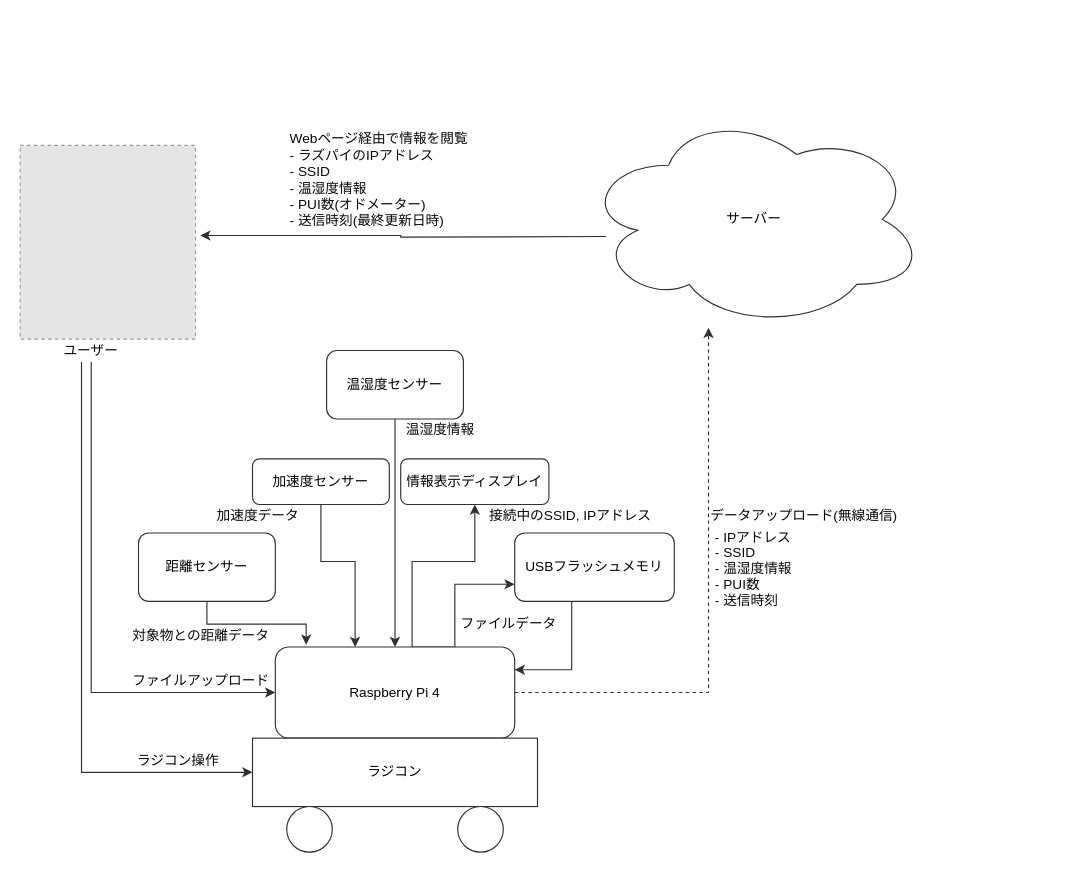
Before: 概略図.drawio in PUIPUI-Ore-Car/kumikomi, a draw.io diagram. Source tidied: cells renumbered, new cells numbered last; positions are measured from the earlier drawing's top-left corner, leaving out a move shared by most shapes. Both pictures are drawn from the tidied source at 114%, with x=0, y=0 at pixel (19, 111). Pictures stored in the file or linked from it are replaced by grey dashed boxes.
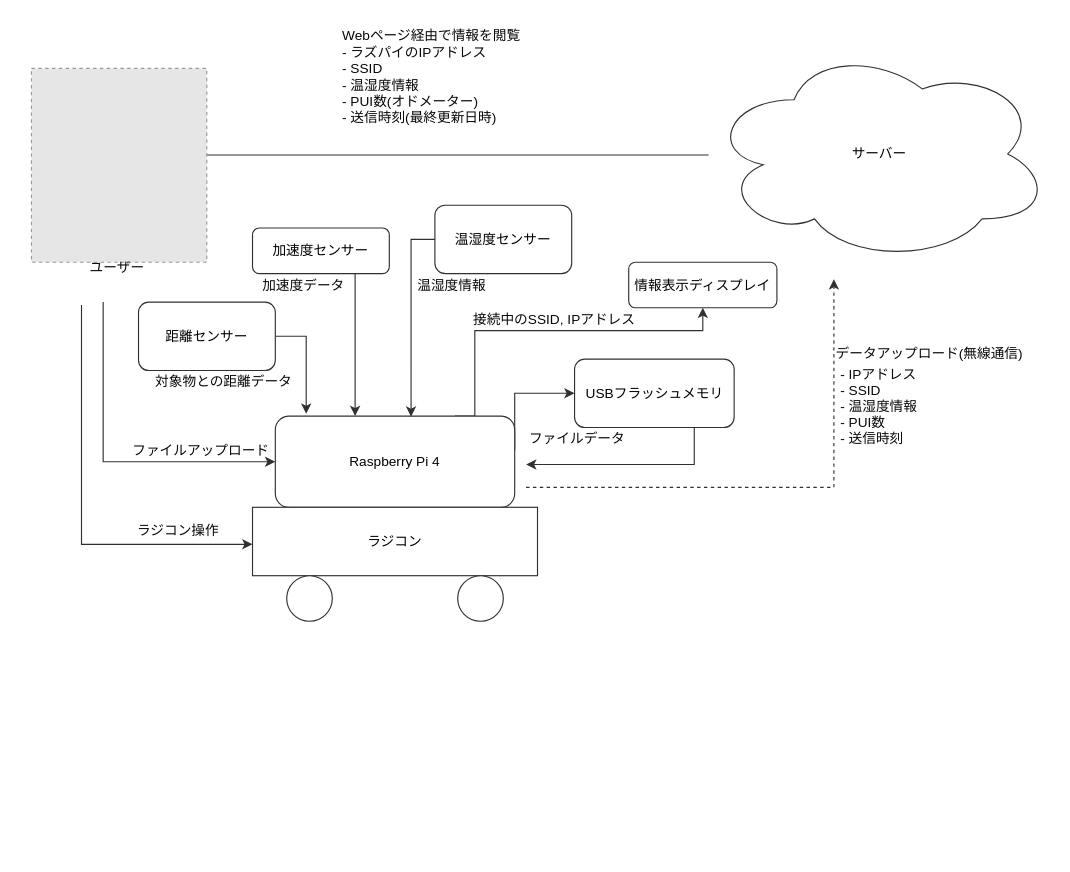
The same diagram, later.

Change to the diagram source:
```diff
@@
     <mxCell id="2" style="edgeStyle=orthogonalEdgeStyle;rounded=0;jettySize=auto;html=1;exitX=0.75;exitY=0;exitDx=0;exitDy=0;entryX=0.5;entryY=1;entryDx=0;entryDy=0;strokeColor=#303030;" parent="1" edge="1" source="5" target="13">
       <mxGeometry relative="1" as="geometry">
         <Array as="points">
-          <mxPoint x="344" y="470" />
-          <mxPoint x="344" y="395" />
-          <mxPoint x="399" y="395" />
+          <mxPoint x="399" y="267.5" />
+          <mxPoint x="399" y="192.5" />
         </Array>
       </mxGeometry>
     </mxCell>
-    <mxCell id="3" style="edgeStyle=orthogonalEdgeStyle;rounded=0;jettySize=auto;html=1;exitX=0.75;exitY=0;exitDx=0;exitDy=0;entryX=0;entryY=0.75;entryDx=0;entryDy=0;strokeColor=#303030;" parent="1" edge="1" source="5" target="15">
-      <mxGeometry relative="1" as="geometry" />
+    <mxCell id="3" style="edgeStyle=orthogonalEdgeStyle;rounded=0;jettySize=auto;html=1;exitX=0.75;exitY=0;exitDx=0;exitDy=0;entryX=0;entryY=0.5;entryDx=0;entryDy=0;strokeColor=#303030;" parent="1" edge="1" target="15">
+      <mxGeometry relative="1" as="geometry">
+        <mxPoint x="434" y="297.5" as="sourcePoint" />
+        <Array as="points">
+          <mxPoint x="434" y="248" />
+        </Array>
+      </mxGeometry>
     </mxCell>
-    <mxCell id="4" style="edgeStyle=orthogonalEdgeStyle;rounded=0;jettySize=auto;html=1;exitX=1;exitY=0.5;exitDx=0;exitDy=0;dashed=1;strokeColor=#303030;" parent="1" edge="1" source="5">
+    <mxCell id="4" style="edgeStyle=orthogonalEdgeStyle;rounded=0;orthogonalLoop=1;jettySize=auto;html=1;dashed=1;strokeColor=#303030;" parent="1" edge="1">
       <mxGeometry relative="1" as="geometry">
-        <mxPoint x="604" y="190" as="targetPoint" />
+        <mxPoint x="444" y="330" as="sourcePoint" />
+        <mxPoint x="714" y="147.5" as="targetPoint" />
         <Array as="points">
-          <mxPoint x="604" y="510" />
+          <mxPoint x="714" y="330" />
         </Array>
       </mxGeometry>
     </mxCell>
     <mxCell id="5" value="Raspberry Pi 4" style="rounded=1;whiteSpace=wrap;html=1;strokeColor=#303030;" parent="1" vertex="1">
-      <mxGeometry x="224" y="470" width="210" height="80" as="geometry" />
+      <mxGeometry x="224" y="267.5" width="210" height="80" as="geometry" />
     </mxCell>
     <mxCell id="6" value="ラジコン" style="rounded=0;whiteSpace=wrap;html=1;strokeColor=#303030;" parent="1" vertex="1">
-      <mxGeometry x="204" y="550" width="250" height="60" as="geometry" />
+      <mxGeometry x="204" y="347.5" width="250" height="60" as="geometry" />
     </mxCell>
     <mxCell id="7" style="ellipse;whiteSpace=wrap;html=1;strokeColor=#303030;" parent="1" vertex="1">
-      <mxGeometry x="234" y="610" width="40" height="40" as="geometry" />
+      <mxGeometry x="234" y="407.5" width="40" height="40" as="geometry" />
     </mxCell>
     <mxCell id="8" style="ellipse;whiteSpace=wrap;html=1;strokeColor=#303030;" parent="1" vertex="1">
-      <mxGeometry x="384" y="610" width="40" height="40" as="geometry" />
+      <mxGeometry x="384" y="407.5" width="40" height="40" as="geometry" />
     </mxCell>
-    <mxCell id="9" style="edgeStyle=orthogonalEdgeStyle;rounded=0;jettySize=auto;html=1;exitX=0.5;exitY=1;exitDx=0;exitDy=0;entryX=0.129;entryY=-0.025;entryDx=0;entryDy=0;entryPerimeter=0;strokeColor=#303030;" parent="1" edge="1" source="10" target="5">
-      <mxGeometry relative="1" as="geometry" />
+    <mxCell id="9" style="edgeStyle=orthogonalEdgeStyle;rounded=0;jettySize=auto;html=1;exitX=1;exitY=0.5;exitDx=0;exitDy=0;entryX=0.129;entryY=-0.025;entryDx=0;entryDy=0;entryPerimeter=0;strokeColor=#303030;" parent="1" edge="1" source="10" target="5">
+      <mxGeometry relative="1" as="geometry">
+        <Array as="points">
+          <mxPoint x="251" y="198" />
+        </Array>
+      </mxGeometry>
     </mxCell>
     <mxCell id="10" value="距離センサー" style="rounded=1;whiteSpace=wrap;html=1;strokeColor=#303030;" parent="1" vertex="1">
-      <mxGeometry x="104" y="370" width="120" height="60" as="geometry" />
+      <mxGeometry x="104" y="167.5" width="120" height="60" as="geometry" />
     </mxCell>
     <mxCell id="11" style="edgeStyle=orthogonalEdgeStyle;rounded=0;jettySize=auto;html=1;strokeColor=#303030;" parent="1" edge="1" source="12">
       <mxGeometry relative="1" as="geometry">
-        <mxPoint x="294" y="470" as="targetPoint" />
+        <mxPoint x="294" y="267.5" as="targetPoint" />
         <Array as="points">
-          <mxPoint x="264" y="395" />
-          <mxPoint x="294" y="395" />
-          <mxPoint x="294" y="470" />
+          <mxPoint x="294" y="170" />
+          <mxPoint x="294" y="170" />
         </Array>
       </mxGeometry>
     </mxCell>
     <mxCell id="12" value="加速度センサー" style="rounded=1;whiteSpace=wrap;html=1;strokeColor=#303030;" parent="1" vertex="1">
-      <mxGeometry x="204" y="305" width="120" height="40" as="geometry" />
+      <mxGeometry x="204" y="102.5" width="120" height="40" as="geometry" />
     </mxCell>
     <mxCell id="13" value="情報表示ディスプレイ" style="rounded=1;whiteSpace=wrap;html=1;strokeColor=#303030;" parent="1" vertex="1">
-      <mxGeometry x="334" y="305" width="130" height="40" as="geometry" />
+      <mxGeometry x="534" y="132.5" width="130" height="40" as="geometry" />
     </mxCell>
-    <mxCell id="14" style="edgeStyle=orthogonalEdgeStyle;rounded=0;jettySize=auto;html=1;exitX=0.25;exitY=1;exitDx=0;exitDy=0;entryX=1;entryY=0.25;entryDx=0;entryDy=0;strokeColor=#303030;" parent="1" edge="1" source="15" target="5">
+    <mxCell id="14" style="edgeStyle=orthogonalEdgeStyle;rounded=0;jettySize=auto;html=1;exitX=0.75;exitY=1;exitDx=0;exitDy=0;strokeColor=#303030;" parent="1" edge="1" source="15">
       <mxGeometry relative="1" as="geometry">
+        <mxPoint x="444" y="310" as="targetPoint" />
         <Array as="points">
-          <mxPoint x="484" y="430" />
-          <mxPoint x="484" y="490" />
+          <mxPoint x="592" y="310" />
+          <mxPoint x="444" y="310" />
         </Array>
       </mxGeometry>
     </mxCell>
     <mxCell id="15" value="USBフラッシュメモリ" style="rounded=1;whiteSpace=wrap;html=1;strokeColor=#303030;" parent="1" vertex="1">
-      <mxGeometry x="434" y="370" width="140" height="60" as="geometry" />
+      <mxGeometry x="486.5" y="217.5" width="140" height="60" as="geometry" />
     </mxCell>
     <mxCell id="16" value="対象物との距離データ" style="text;html=1;fillColor=none;align=center;verticalAlign=middle;whiteSpace=wrap;rounded=0;fontColor=#080808;" parent="1" vertex="1">
-      <mxGeometry x="94" y="450" width="130" height="20" as="geometry" />
+      <mxGeometry x="114" y="227.5" width="130" height="20" as="geometry" />
     </mxCell>
     <mxCell id="17" value="加速度データ" style="text;html=1;fillColor=none;align=center;verticalAlign=middle;whiteSpace=wrap;rounded=0;fontColor=#080808;" parent="1" vertex="1">
-      <mxGeometry x="154" y="345" width="110" height="20" as="geometry" />
+      <mxGeometry x="194" y="142.5" width="110" height="20" as="geometry" />
     </mxCell>
     <mxCell id="18" value="ファイルデータ" style="text;html=1;fillColor=none;align=center;verticalAlign=middle;whiteSpace=wrap;rounded=0;fontColor=#080808;" parent="1" vertex="1">
-      <mxGeometry x="384" y="440" width="90" height="20" as="geometry" />
+      <mxGeometry x="444" y="277.5" width="90" height="20" as="geometry" />
     </mxCell>
     <mxCell id="19" value="接続中のSSID, IPアドレス" style="text;html=1;fillColor=none;align=center;verticalAlign=middle;whiteSpace=wrap;rounded=0;fontColor=#080808;" parent="1" vertex="1">
-      <mxGeometry x="408" y="345" width="150" height="20" as="geometry" />
+      <mxGeometry x="394" y="172.5" width="150" height="20" as="geometry" />
     </mxCell>
-    <mxCell id="20" style="edgeStyle=orthogonalEdgeStyle;rounded=0;jettySize=auto;html=1;entryX=1.027;entryY=0.465;entryDx=0;entryDy=0;entryPerimeter=0;strokeColor=#303030;" parent="1" edge="1" target="23">
+    <mxCell id="20" style="edgeStyle=orthogonalEdgeStyle;rounded=0;jettySize=auto;html=1;strokeColor=#303030;" parent="1" edge="1" source="30">
       <mxGeometry relative="1" as="geometry">
-        <mxPoint x="514" y="110" as="sourcePoint" />
+        <mxPoint x="154" y="38.5" as="targetPoint" />
+        <Array as="points">
+          <mxPoint x="264" y="38.5" />
+          <mxPoint x="264" y="38.5" />
+        </Array>
       </mxGeometry>
     </mxCell>
     <mxCell id="21" value="&lt;span style=&quot;font-weight: normal&quot;&gt;データアップロード(無線通信)&lt;/span&gt;" style="text;html=1;fillColor=none;align=left;verticalAlign=middle;whiteSpace=wrap;rounded=0;fontStyle=1;fontColor=#080808;" parent="1" vertex="1">
-      <mxGeometry x="604" y="340" width="170" height="30" as="geometry" />
+      <mxGeometry x="714" y="197.5" width="170" height="30" as="geometry" />
     </mxCell>
     <mxCell id="22" value="- IPアドレス&#10;- SSID&#10;- 温湿度情報&#10;- PUI数&#10;- 送信時刻" style="text;fillColor=none;align=left;verticalAlign=top;spacingLeft=4;spacingRight=4;overflow=hidden;fontColor=#080808;" parent="1" vertex="1">
-      <mxGeometry x="604" y="360" width="140" height="90" as="geometry" />
+      <mxGeometry x="714" y="217.5" width="140" height="90" as="geometry" />
     </mxCell>
     <mxCell id="23" style="fillColor=#E6E6E6;strokeColor=#999999;dashed=1;verticalLabelPosition=bottom;labelBackgroundColor=#ffffff;verticalAlign=top;" parent="1" vertex="1">
-      <mxGeometry x="0.2" y="30" width="153.8" height="170" as="geometry" />
+      <mxGeometry x="10.1" y="-37.5" width="153.8" height="170" as="geometry" />
     </mxCell>
-    <mxCell id="24" style="edgeStyle=orthogonalEdgeStyle;rounded=0;jettySize=auto;html=1;entryX=0;entryY=0.5;entryDx=0;entryDy=0;strokeColor=#303030;" parent="1" edge="1" source="25" target="5">
+    <mxCell id="24" style="edgeStyle=orthogonalEdgeStyle;rounded=0;jettySize=auto;html=1;strokeColor=#303030;" parent="1" edge="1" target="5">
       <mxGeometry relative="1" as="geometry">
+        <mxPoint x="73" y="167.5" as="sourcePoint" />
         <Array as="points">
-          <mxPoint x="63" y="510" />
+          <mxPoint x="73" y="307.5" />
         </Array>
       </mxGeometry>
     </mxCell>
     <mxCell id="25" value="ユーザー" style="text;html=1;fillColor=none;align=center;verticalAlign=middle;whiteSpace=wrap;rounded=0;fontColor=#080808;" parent="1" vertex="1">
-      <mxGeometry x="30.9" y="200" width="63.1" height="20" as="geometry" />
+      <mxGeometry x="54" y="127.5" width="63.1" height="20" as="geometry" />
     </mxCell>
-    <mxCell id="26" style="edgeStyle=orthogonalEdgeStyle;rounded=0;jettySize=auto;html=1;entryX=0.5;entryY=0;entryDx=0;entryDy=0;strokeColor=#303030;" parent="1" edge="1" source="27" target="5">
-      <mxGeometry relative="1" as="geometry" />
+    <mxCell id="26" style="edgeStyle=orthogonalEdgeStyle;rounded=0;jettySize=auto;html=1;strokeColor=#303030;entryX=0.567;entryY=0.006;entryDx=0;entryDy=0;entryPerimeter=0;" parent="1" edge="1" source="27" target="5">
+      <mxGeometry relative="1" as="geometry">
+        <Array as="points">
+          <mxPoint x="343" y="113" />
+        </Array>
+      </mxGeometry>
     </mxCell>
     <mxCell id="27" value="温湿度センサー" style="rounded=1;whiteSpace=wrap;html=1;align=center;strokeColor=#303030;" parent="1" vertex="1">
-      <mxGeometry x="269" y="210" width="120" height="60" as="geometry" />
+      <mxGeometry x="364" y="82.5" width="120" height="60" as="geometry" />
     </mxCell>
     <mxCell id="28" value="温湿度情報" style="text;html=1;fillColor=none;align=center;verticalAlign=middle;whiteSpace=wrap;rounded=0;fontColor=#080808;" parent="1" vertex="1">
-      <mxGeometry x="334" y="270" width="70" height="20" as="geometry" />
+      <mxGeometry x="344" y="142.5" width="70" height="20" as="geometry" />
     </mxCell>
     <mxCell id="29" value="Webページ経由で情報を閲覧&lt;br&gt;- ラズパイのIPアドレス&lt;br&gt;- SSID&lt;br&gt;- 温湿度情報&lt;br&gt;- PUI数(オドメーター)&lt;br&gt;- 送信時刻(最終更新日時)" style="text;html=1;fillColor=none;align=left;verticalAlign=middle;whiteSpace=wrap;rounded=0;fontColor=#080808;" parent="1" vertex="1">
-      <mxGeometry x="235" y="10" width="190" height="100" as="geometry" />
+      <mxGeometry x="280.9" y="-80" width="190" height="100" as="geometry" />
     </mxCell>
     <mxCell id="30" value="サーバー" style="ellipse;shape=cloud;whiteSpace=wrap;html=1;align=center;strokeColor=#303030;" parent="1" vertex="1">
-      <mxGeometry x="494" width="300" height="190" as="geometry" />
+      <mxGeometry x="604" y="-57.5" width="300" height="190" as="geometry" />
     </mxCell>
     <mxCell id="31" value="ファイルアップロード" style="text;html=1;fillColor=none;align=center;verticalAlign=middle;whiteSpace=wrap;rounded=0;fontColor=#080808;" parent="1" vertex="1">
-      <mxGeometry x="94" y="490" width="130" height="20" as="geometry" />
+      <mxGeometry x="94" y="287.5" width="130" height="20" as="geometry" />
     </mxCell>
     <mxCell id="32" style="edgeStyle=orthogonalEdgeStyle;rounded=0;orthogonalLoop=1;jettySize=auto;html=1;strokeColor=#303030;" parent="1" edge="1">
       <mxGeometry relative="1" as="geometry">
-        <mxPoint x="54" y="220" as="sourcePoint" />
-        <mxPoint x="204" y="580" as="targetPoint" />
+        <mxPoint x="54" y="170" as="sourcePoint" />
+        <mxPoint x="204" y="380" as="targetPoint" />
         <Array as="points">
-          <mxPoint x="54" y="580" />
+          <mxPoint x="54" y="380" />
+          <mxPoint x="204" y="380" />
         </Array>
       </mxGeometry>
     </mxCell>
     <mxCell id="33" value="ラジコン操作" style="text;html=1;fillColor=none;align=center;verticalAlign=middle;whiteSpace=wrap;rounded=0;fontColor=#080808;" parent="1" vertex="1">
-      <mxGeometry x="74" y="560" width="130" height="20" as="geometry" />
+      <mxGeometry x="74" y="357.5" width="130" height="20" as="geometry" />
     </mxCell>
```
